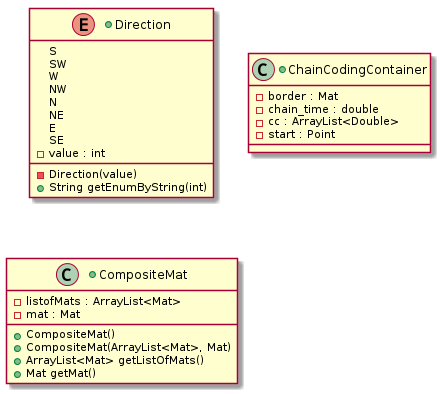
Earlier version of the PlantUML export docs/secondary_model_classes.png (mrobbeloth/obstruction).
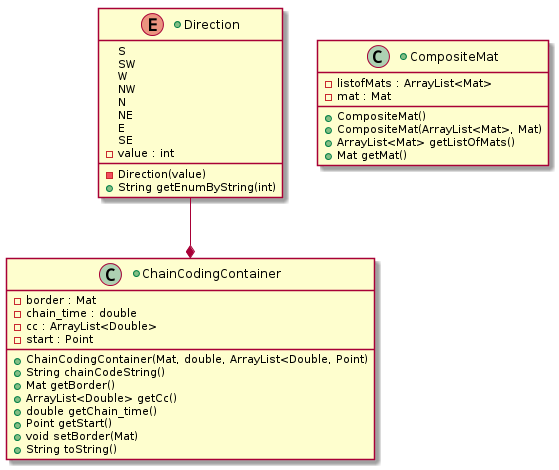
After the commit.

Commit message:
Update description of CompositeMat class

Diff of the diagram source:
```diff
@@ -19,7 +19,17 @@
     -chain_time : double
     -cc : ArrayList<Double>
     -start : Point
+    +ChainCodingContainer(Mat, double, ArrayList<Double, Point)
+    +String chainCodeString()
+    +Mat getBorder()
+    +ArrayList<Double> getCc()
+    +double getChain_time()
+    +Point getStart()
+    +void setBorder(Mat)
+    +String toString()
 }
+
+Direction --* ChainCodingContainer
 
 +class CompositeMat {
     -listofMats : ArrayList<Mat>
```
